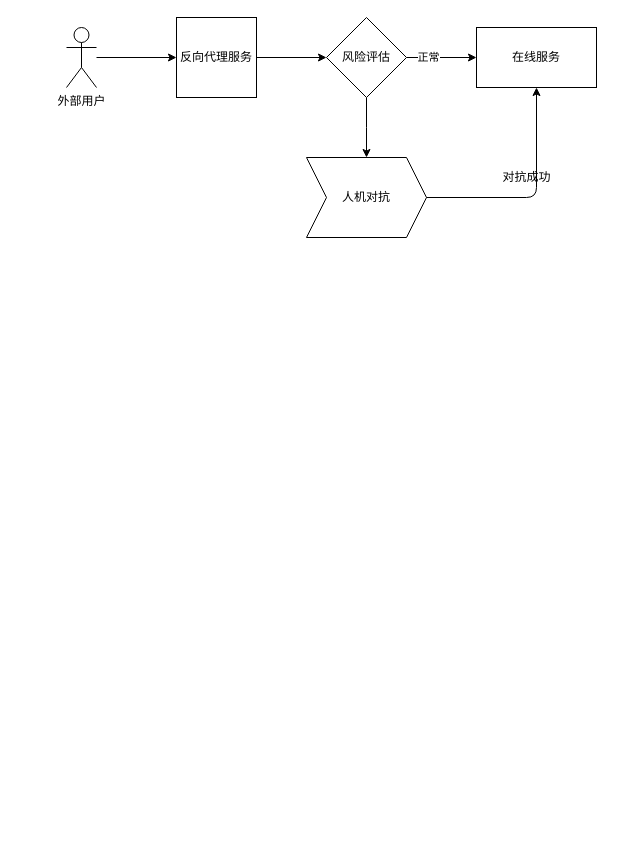
luxiao/luxiao keeps this draw.io diagram as 未命名绘图.drawio. Above is the earlier version. Source tidied: cells renumbered, new cells numbered last; positions are measured from the earlier drawing's top-left corner, leaving out a move shared by most shapes. Both pictures are drawn from the tidied source at 100%, with x=0, y=0 at pixel (66, 17).
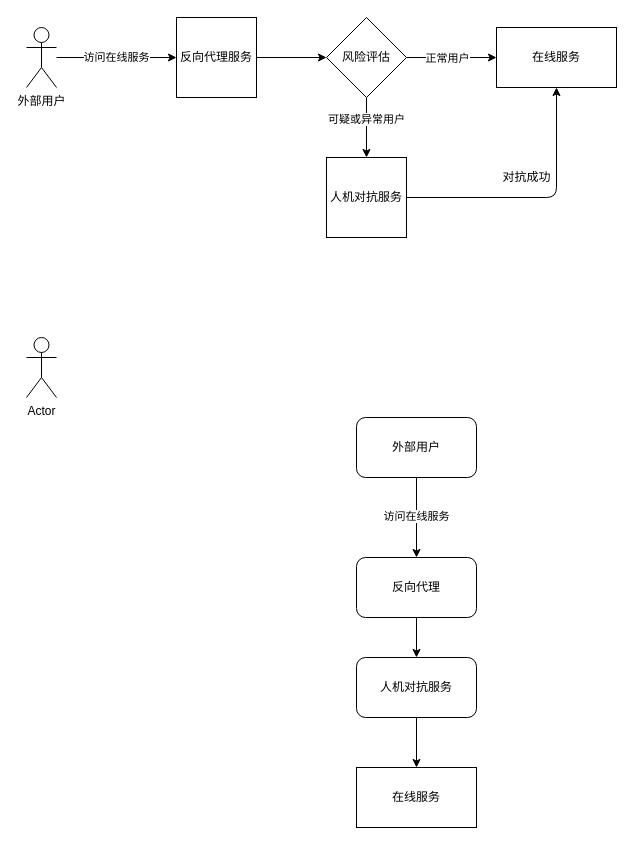
Above is the later version.

Commit message:
更新未命名绘图.drawio

Unchanged cells that the change refers to:
```xml
<mxCell id="5" value="反向代理服务" style="whiteSpace=wrap;html=1;" parent="1" vertex="1">
  <mxGeometry x="110" width="80" height="80" as="geometry" />
</mxCell>
<mxCell id="7" style="edgeStyle=orthogonalEdgeStyle;rounded=0;jettySize=auto;html=1;" parent="1" edge="1" source="10" target="2">
  <mxGeometry relative="1" as="geometry" />
</mxCell>
```

Diff of the diagram source:
```diff
@@
     <mxCell id="2" value="在线服务" style="rounded=0;whiteSpace=wrap;html=1;" parent="1" vertex="1">
-      <mxGeometry x="410" y="10" width="120" height="60" as="geometry" />
+      <mxGeometry x="430" y="10" width="120" height="60" as="geometry" />
     </mxCell>
     <mxCell id="3" value="外部用户" style="shape=umlActor;verticalLabelPosition=bottom;verticalAlign=top;html=1;outlineConnect=0;" parent="1" vertex="1">
-      <mxGeometry y="10" width="30" height="60" as="geometry" />
+      <mxGeometry x="-40" y="10" width="30" height="60" as="geometry" />
     </mxCell>
@@
-    <mxCell id="6" style="endArrow=classic;html=1;entryX=0;entryY=0.5;entryDx=0;entryDy=0;" parent="1" edge="1" source="3" target="5">
+    <mxCell id="6" value="访问在线服务" style="endArrow=classic;html=1;entryX=0;entryY=0.5;entryDx=0;entryDy=0;" parent="1" edge="1" source="3" target="5">
       <mxGeometry relative="1" as="geometry" />
     </mxCell>
@@
-    <mxCell id="8" value="正常" style="edgeLabel;html=1;align=center;verticalAlign=middle;" parent="7" vertex="1">
-      <mxGeometry x="-0.4" y="1" relative="1" as="geometry" />
+    <mxCell id="8" value="正常用户" style="edgeLabel;html=1;align=center;verticalAlign=middle;" parent="7" vertex="1">
+      <mxGeometry x="-0.4" y="1" relative="1" as="geometry">
+        <mxPoint x="13" y="1" as="offset" />
+      </mxGeometry>
     </mxCell>
-    <mxCell id="9" style="edgeStyle=orthogonalEdgeStyle;rounded=0;jettySize=auto;html=1;" parent="1" edge="1" source="10">
-      <mxGeometry relative="1" as="geometry">
-        <mxPoint x="300" y="140" as="targetPoint" />
-      </mxGeometry>
+    <mxCell id="9" style="edgeStyle=orthogonalEdgeStyle;rounded=0;jettySize=auto;html=1;entryX=0.5;entryY=0;entryDx=0;entryDy=0;" parent="1" edge="1" source="10" target="15">
+      <mxGeometry relative="1" as="geometry" />
     </mxCell>
+    <mxCell id="14" value="可疑或异常用户" style="edgeLabel;html=1;align=center;verticalAlign=middle;" parent="9" vertex="1">
+      <mxGeometry x="-0.3" y="-1" relative="1" as="geometry" />
+    </mxCell>
-    <mxCell id="10" value="&lt;div&gt;风险评估&lt;/div&gt;" style="rhombus;whiteSpace=wrap;html=1;" parent="1" vertex="1">
+    <mxCell id="10" value="风险评估" style="rhombus;whiteSpace=wrap;html=1;" parent="1" vertex="1">
       <mxGeometry x="260" width="80" height="80" as="geometry" />
     </mxCell>
-    <mxCell id="11" value="人机对抗" style="shape=step;perimeter=stepPerimeter;whiteSpace=wrap;html=1;fixedSize=1;" parent="1" vertex="1">
-      <mxGeometry x="240" y="140" width="120" height="80" as="geometry" />
-    </mxCell>
-    <mxCell id="12" style="edgeStyle=segmentEdgeStyle;endArrow=classic;html=1;entryX=0.5;entryY=1;entryDx=0;entryDy=0;" parent="1" edge="1" target="2">
-      <mxGeometry relative="1" as="geometry">
-        <mxPoint x="360" y="180" as="sourcePoint" />
-      </mxGeometry>
+    <mxCell id="12" style="edgeStyle=segmentEdgeStyle;endArrow=classic;html=1;entryX=0.5;entryY=1;entryDx=0;entryDy=0;exitX=1;exitY=0.5;exitDx=0;exitDy=0;" parent="1" edge="1" source="15" target="2">
+      <mxGeometry relative="1" as="geometry" />
     </mxCell>
@@
+    <mxCell id="15" value="人机对抗服务" style="whiteSpace=wrap;html=1;" parent="1" vertex="1">
+      <mxGeometry x="260" y="140" width="80" height="80" as="geometry" />
+    </mxCell>
+    <mxCell id="16" style="edgeStyle=orthogonalEdgeStyle;rounded=0;jettySize=auto;html=1;exitX=0.5;exitY=1;exitDx=0;exitDy=0;entryX=0.5;entryY=0;entryDx=0;entryDy=0;" parent="1" edge="1" source="19" target="21">
+      <mxGeometry relative="1" as="geometry" />
+    </mxCell>
+    <mxCell id="17" value="访问在线服务" style="edgeLabel;html=1;align=center;verticalAlign=middle;" parent="16" vertex="1">
+      <mxGeometry x="-0.05" y="-1" relative="1" as="geometry" />
+    </mxCell>
+    <mxCell id="18" value="Actor" style="shape=umlActor;verticalLabelPosition=bottom;verticalAlign=top;html=1;" parent="1" vertex="1">
+      <mxGeometry x="-40" y="320" width="30" height="60" as="geometry" />
+    </mxCell>
+    <mxCell id="19" value="外部用户" style="rounded=1;whiteSpace=wrap;html=1;" parent="1" vertex="1">
+      <mxGeometry x="290" y="400" width="120" height="60" as="geometry" />
+    </mxCell>
+    <mxCell id="20" style="edgeStyle=orthogonalEdgeStyle;rounded=0;jettySize=auto;html=1;" parent="1" edge="1" source="21" target="23">
+      <mxGeometry relative="1" as="geometry" />
+    </mxCell>
+    <mxCell id="21" value="反向代理" style="rounded=1;whiteSpace=wrap;html=1;" parent="1" vertex="1">
+      <mxGeometry x="290" y="540" width="120" height="60" as="geometry" />
+    </mxCell>
+    <mxCell id="22" style="edgeStyle=orthogonalEdgeStyle;rounded=0;jettySize=auto;html=1;" parent="1" edge="1" source="23" target="24">
+      <mxGeometry relative="1" as="geometry" />
+    </mxCell>
+    <mxCell id="23" value="人机对抗服务" style="rounded=1;whiteSpace=wrap;html=1;" parent="1" vertex="1">
+      <mxGeometry x="290" y="640" width="120" height="60" as="geometry" />
+    </mxCell>
+    <mxCell id="24" value="在线服务" style="rounded=0;whiteSpace=wrap;html=1;" parent="1" vertex="1">
+      <mxGeometry x="290" y="750" width="120" height="60" as="geometry" />
+    </mxCell>
```
